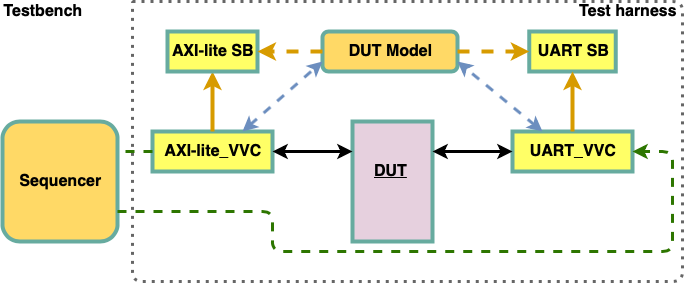
Above: uvvm_vvc_framework/doc/internal_direct_transaction_transfer_example_C.png in UVVM/UVVM (draw.io), before the change. Source tidied: cells renumbered, new cells last; positions are measured from the earlier drawing's top-left corner, leaving out a move shared by most shapes.
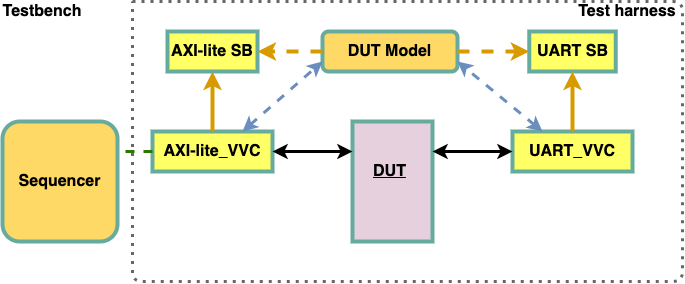
Later version of the same file.

Commit message:
Release: updated DTT figures with no Seq to UART connection in approach B and C in EssMech

The edit, as a diff of the source:
```diff
@@ -23,17 +23,6 @@
     <mxCell id="8" style="endArrow=classic;startArrow=classic;html=1;strokeWidth=3;entryX=0;entryY=0.5;entryDx=0;entryDy=0;exitX=1;exitY=0.25;exitDx=0;exitDy=0;" parent="1" edge="1" source="6" target="5">
       <mxGeometry relative="1" as="geometry" />
     </mxCell>
-    <mxCell id="9" style="endArrow=classic;html=1;dashed=1;strokeWidth=3;fillColor=#60a917;strokeColor=#2D7600;entryX=1;entryY=0.5;entryDx=0;entryDy=0;exitX=1;exitY=0.75;exitDx=0;exitDy=0;" parent="1" edge="1" source="2" target="5">
-      <mxGeometry relative="1" as="geometry">
-        <Array as="points">
-          <mxPoint x="120" y="210" />
-          <mxPoint x="270" y="210" />
-          <mxPoint x="270" y="250" />
-          <mxPoint x="670" y="250" />
-          <mxPoint x="670" y="150" />
-        </Array>
-      </mxGeometry>
-    </mxCell>
     <mxCell id="10" value="&lt;font size=&quot;1&quot;&gt;&lt;b&gt;&lt;u style=&quot;font-size: 16px&quot;&gt;DUT&lt;/u&gt;&lt;/b&gt;&lt;/font&gt;" style="text;html=1;strokeColor=none;fillColor=none;align=center;verticalAlign=middle;whiteSpace=wrap;rounded=0;" parent="1" vertex="1">
       <mxGeometry x="365" y="160" width="45" height="20" as="geometry" />
     </mxCell>
```
